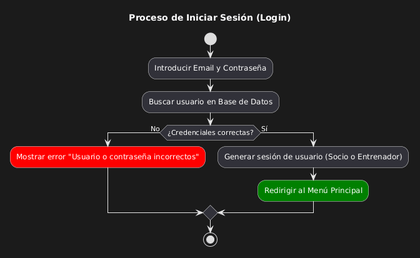
Above: docs/diagramasUML/DiagramaActividades/Actividad_Login.png in FerminGarridoMartinDAM/ProyectoInterModular1DAMAppGimnasio (PlantUML), before the change. The source it was exported from:
```plantuml
@startuml
title Proceso de Iniciar Sesión (Login)

start

:Introducir Email y Contraseña;
:Buscar usuario en Base de Datos;

if (¿Credenciales correctas?) then (No)
  :Mostrar error "Usuario o contraseña incorrectos"; <<#red>>
else (Sí)
  :Generar sesión de usuario (Socio o Entrenador);
  :Redirigir al Menú Principal; <<#green>>
endif

stop
@enduml
```
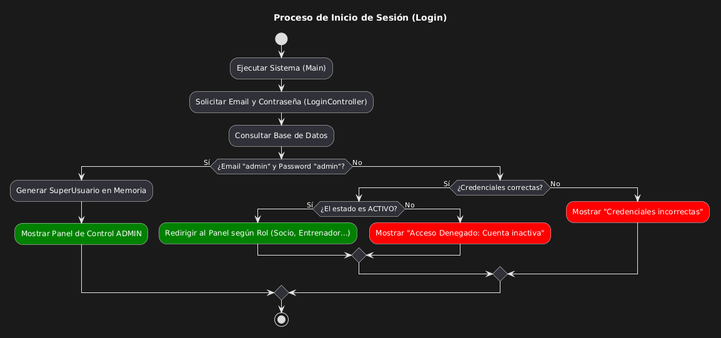
After the commit.

What changed in the source:
```diff
@@ -1,16 +1,26 @@
 @startuml
-title Proceso de Iniciar Sesión (Login)
+title Proceso de Inicio de Sesión (Login)
 
 start
 
-:Introducir Email y Contraseña;
-:Buscar usuario en Base de Datos;
+:Ejecutar Sistema (Main);
+:Solicitar Email y Contraseña (LoginController);
 
-if (¿Credenciales correctas?) then (No)
-  :Mostrar error "Usuario o contraseña incorrectos"; <<#red>>
-else (Sí)
-  :Generar sesión de usuario (Socio o Entrenador);
-  :Redirigir al Menú Principal; <<#green>>
+:Consultar Base de Datos;
+
+if (¿Email "admin" y Password "admin"?) then (Sí)
+  :Generar SuperUsuario en Memoria;
+  :Mostrar Panel de Control ADMIN; <<#green>>
+else (No)
+  if (¿Credenciales correctas?) then (Sí)
+    if (¿El estado es ACTIVO?) then (Sí)
+      :Redirigir al Panel según Rol (Socio, Entrenador...); <<#green>>
+    else (No)
+      :Mostrar "Acceso Denegado: Cuenta inactiva"; <<#red>>
+    endif
+  else (No)
+    :Mostrar "Credenciales incorrectas"; <<#red>>
+  endif
 endif
 
 stop
```
